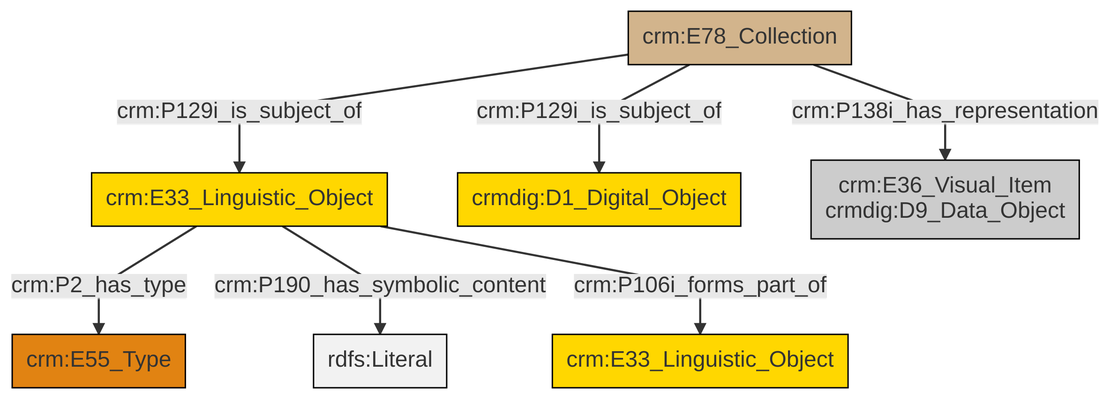
Before: et/archivalCSV/ttl/mmd/png/archival_docs.png, a diagram exported from Mermaid (swiss-art-research-net/docs.swissartresearch). Its source is kept beside it as et/archivalCSV/ttl/mmd/archival_docs.ttl.mmd.
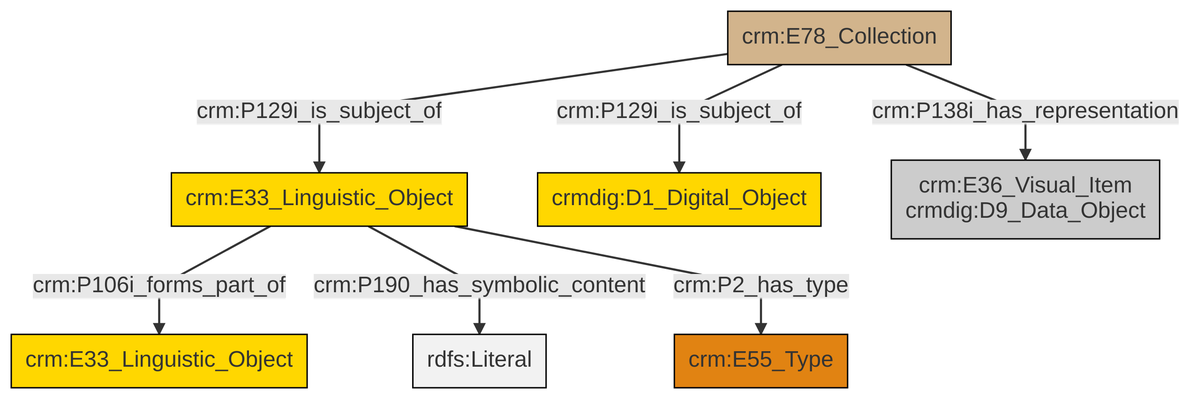
After the commit.

Diff of the diagram source:
```diff
@@ -13,9 +13,9 @@
 classDef PC_Classes fill:#4ce600, stroke:#000000;
 classDef Multi fill:#cccccc,stroke:#000000;
 
-0["crm:E33_Linguistic_Object"]:::Conceptual_Object -->|crm:P2_has_type| 1["crm:E55_Type"]:::Type
-2["crm:E78_Collection"]:::Physical_Thing -->|crm:P129i_is_subject_of| 3["crmdig:D1_Digital_Object"]:::Conceptual_Object
-2["crm:E78_Collection"]:::Physical_Thing -->|crm:P138i_has_representation| 4["crm:E36_Visual_Item<br>crmdig:D9_Data_Object"]:::Multi
-2["crm:E78_Collection"]:::Physical_Thing -->|crm:P129i_is_subject_of| 0["crm:E33_Linguistic_Object"]:::Conceptual_Object
-0["crm:E33_Linguistic_Object"]:::Conceptual_Object -->|crm:P190_has_symbolic_content| 12[rdfs:Literal]:::Literal
-0["crm:E33_Linguistic_Object"]:::Conceptual_Object -->|crm:P106i_forms_part_of| 10["crm:E33_Linguistic_Object"]:::Conceptual_Object
+0["crm:E33_Linguistic_Object"]:::Conceptual_Object -->|crm:P106i_forms_part_of| 1["crm:E33_Linguistic_Object"]:::Conceptual_Object
+0["crm:E33_Linguistic_Object"]:::Conceptual_Object -->|crm:P190_has_symbolic_content| 2[rdfs:Literal]:::Literal
+0["crm:E33_Linguistic_Object"]:::Conceptual_Object -->|crm:P2_has_type| 4["crm:E55_Type"]:::Type
+6["crm:E78_Collection"]:::Physical_Thing -->|crm:P129i_is_subject_of| 0["crm:E33_Linguistic_Object"]:::Conceptual_Object
+6["crm:E78_Collection"]:::Physical_Thing -->|crm:P138i_has_representation| 11["crm:E36_Visual_Item<br>crmdig:D9_Data_Object"]:::Multi
+6["crm:E78_Collection"]:::Physical_Thing -->|crm:P129i_is_subject_of| 8["crmdig:D1_Digital_Object"]:::Conceptual_Object
```
